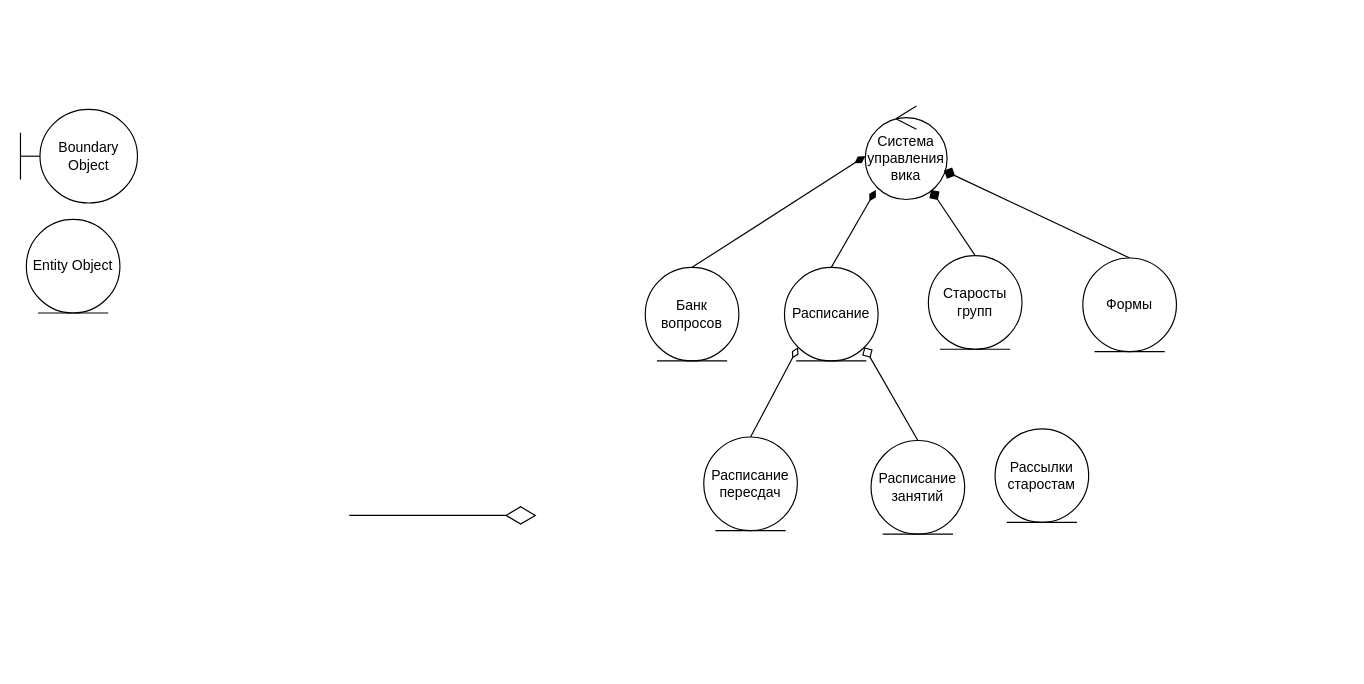
The draw.io diagram teacher.drawio in Helpmepleaseitishard/Aikms, before the edit. Source tidied: cells renumbered, new cells numbered last; positions are measured from the earlier drawing's top-left corner, leaving out a move shared by most shapes. Both pictures are drawn from the tidied source at 117%, with x=0, y=0 at pixel (20, 105).
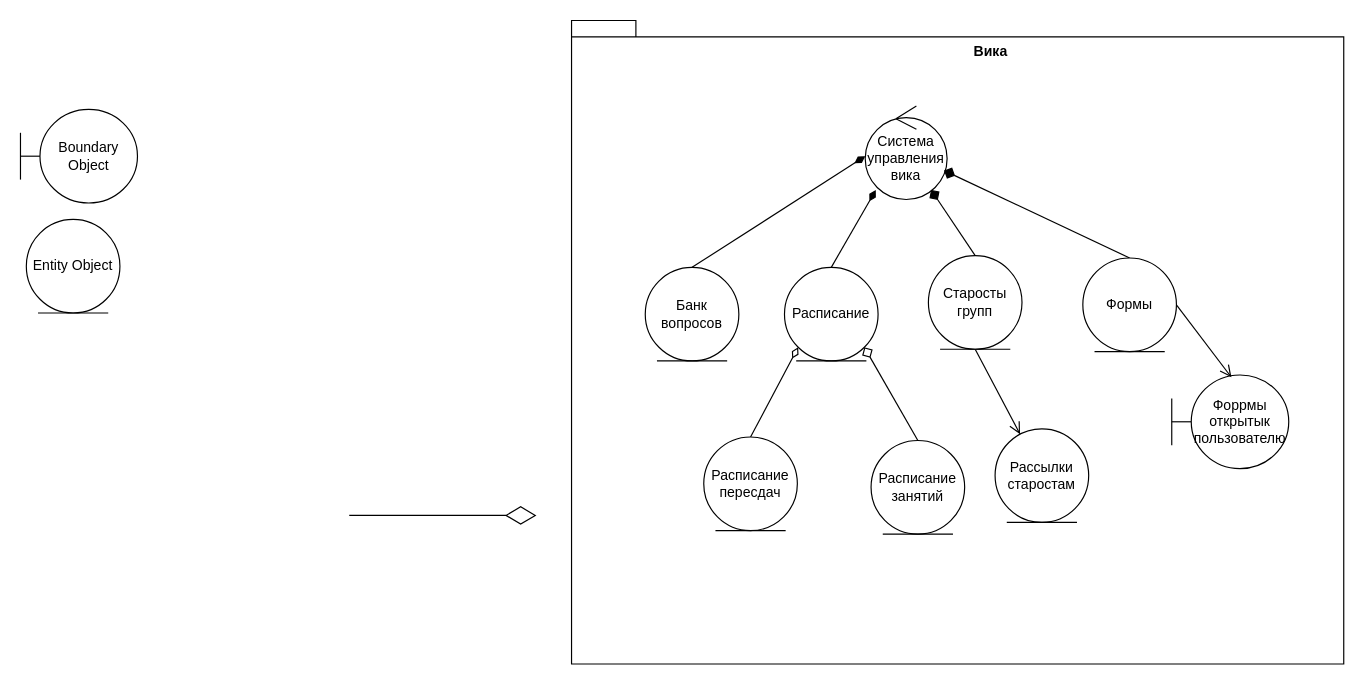
After the change.

The change refers to these unchanged cells:
```xml
<mxCell id="7" value="Формы" style="ellipse;shape=umlEntity;whiteSpace=wrap;html=1;" parent="1" vertex="1">
  <mxGeometry x="908" y="130" width="80" height="80" as="geometry" />
</mxCell>
<mxCell id="9" value="Старосты групп" style="ellipse;shape=umlEntity;whiteSpace=wrap;html=1;" parent="1" vertex="1">
  <mxGeometry x="776" y="128" width="80" height="80" as="geometry" />
</mxCell>
<mxCell id="17" value="Рассылки старостам" style="ellipse;shape=umlEntity;whiteSpace=wrap;html=1;" parent="1" vertex="1">
  <mxGeometry x="833" y="276" width="80" height="80" as="geometry" />
</mxCell>
```

The edit, as a diff of the source:
```diff
@@
+    <mxCell id="19" style="shape=folder;fontStyle=1;spacingTop=10;tabWidth=40;tabHeight=14;tabPosition=left;html=1;whiteSpace=wrap;" parent="1" vertex="1">
+      <mxGeometry x="471" y="-73" width="660" height="550" as="geometry" />
+    </mxCell>
@@
+    <mxCell id="20" style="edgeStyle=none;curved=1;rounded=0;jettySize=auto;html=1;exitX=0.5;exitY=1;exitDx=0;exitDy=0;fontSize=12;startSize=8;endSize=8;endArrow=open;endFill=0;" parent="1" edge="1" source="9" target="17">
+      <mxGeometry relative="1" as="geometry" />
+    </mxCell>
@@
+    <mxCell id="21" value="Форрмы открытык пользователю" style="shape=umlBoundary;whiteSpace=wrap;html=1;" parent="1" vertex="1">
+      <mxGeometry x="984" y="230" width="100" height="80" as="geometry" />
+    </mxCell>
+    <mxCell id="22" style="edgeStyle=none;curved=1;rounded=0;jettySize=auto;html=1;exitX=1;exitY=0.5;exitDx=0;exitDy=0;entryX=0.51;entryY=0.025;entryDx=0;entryDy=0;entryPerimeter=0;fontSize=12;startSize=8;endSize=8;endArrow=open;endFill=0;" parent="1" edge="1" source="7" target="21">
+      <mxGeometry relative="1" as="geometry" />
+    </mxCell>
+    <mxCell id="23" value="Вика" style="text;align=center;fontStyle=1;verticalAlign=middle;spacingLeft=3;spacingRight=3;strokeColor=none;html=1;" parent="1" vertex="1">
+      <mxGeometry x="789" y="-59" width="80" height="26" as="geometry" />
+    </mxCell>
```
